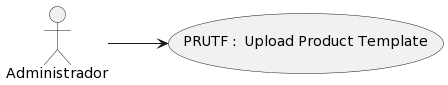
Above: docs/developer_guide/diagrams/uc/uc_png/FL_ADMIN_PRUTF.png in sdmunozo/dev4urest (PlantUML), before the change. Its diagram source:
```plantuml
@startuml
left to right direction

    usecase "PRUTF :  Upload Product Template" as UserCase
    "Administrador" --> UserCase
@enduml
```
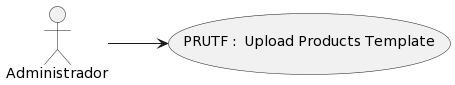
Above is the later version.

Change to the diagram source:
```diff
@@ -1,6 +1,6 @@
 @startuml
 left to right direction
 
-    usecase "PRUTF :  Upload Product Template" as UserCase
+    usecase "PRUTF :  Upload Products Template" as UserCase
     "Administrador" --> UserCase
 @enduml
```
